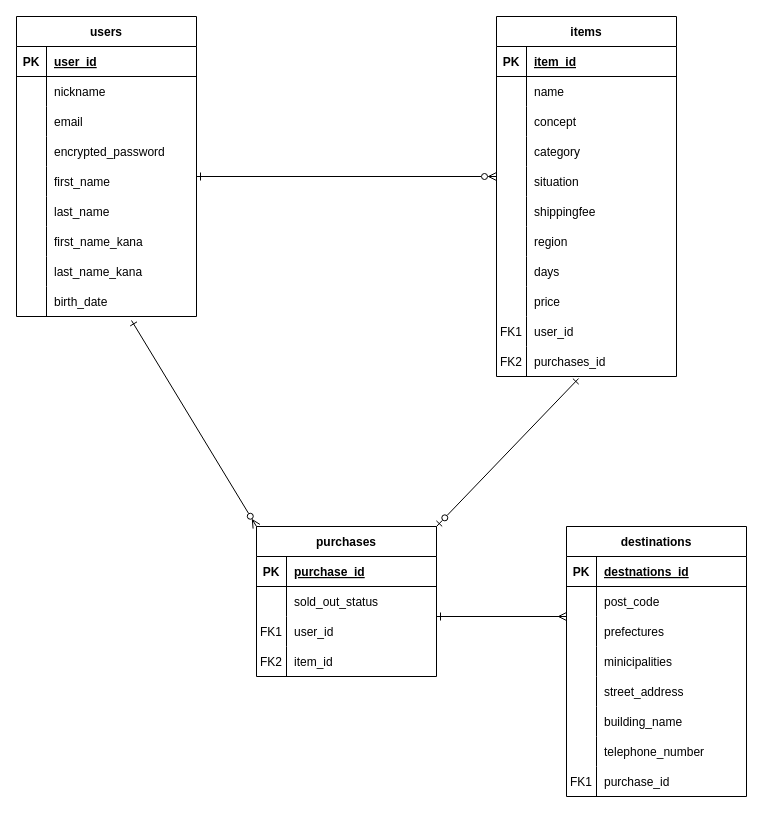
The draw.io diagram db-blueprint.dio in n-ira-if/furima-41759, before the edit. Source tidied: cells renumbered, new cells numbered last; positions are measured from the earlier drawing's top-left corner, leaving out a move shared by most shapes. Both pictures are drawn from the tidied source at 100%, with x=0, y=0 at pixel (16, 16).
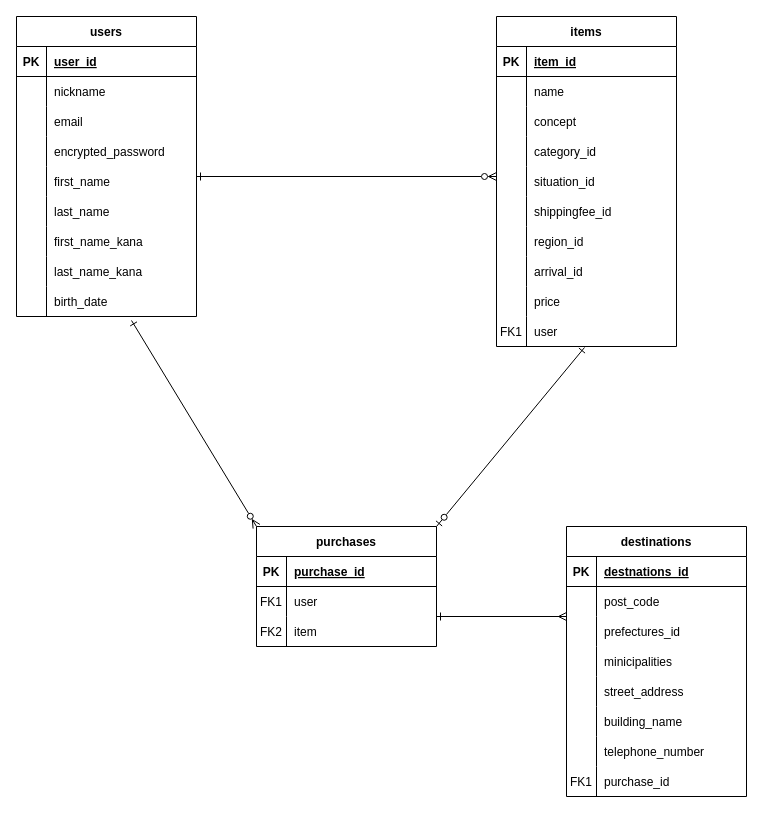
After the change.

Unchanged cells that the change refers to:
```xml
<mxCell id="41" style="shape=tableRow;horizontal=0;startSize=0;swimlaneHead=0;swimlaneBody=0;fillColor=none;top=0;left=0;right=0;bottom=0;" parent="31" vertex="1">
  <mxGeometry y="120" width="180" height="30" as="geometry" />
</mxCell>
<mxCell id="44" style="shape=tableRow;horizontal=0;startSize=0;swimlaneHead=0;swimlaneBody=0;fillColor=none;top=0;left=0;right=0;bottom=0;" parent="31" vertex="1">
  <mxGeometry y="150" width="180" height="30" as="geometry" />
</mxCell>
<mxCell id="47" style="shape=tableRow;horizontal=0;startSize=0;swimlaneHead=0;swimlaneBody=0;fillColor=none;top=0;left=0;right=0;bottom=0;" parent="31" vertex="1">
  <mxGeometry y="180" width="180" height="30" as="geometry" />
</mxCell>
<mxCell id="50" style="shape=tableRow;horizontal=0;startSize=0;swimlaneHead=0;swimlaneBody=0;fillColor=none;top=0;left=0;right=0;bottom=0;" parent="31" vertex="1">
  <mxGeometry y="210" width="180" height="30" as="geometry" />
</mxCell>
<mxCell id="53" style="shape=tableRow;horizontal=0;startSize=0;swimlaneHead=0;swimlaneBody=0;fillColor=none;top=0;left=0;right=0;bottom=0;" parent="31" vertex="1">
  <mxGeometry y="240" width="180" height="30" as="geometry" />
</mxCell>
<mxCell id="59" style="shape=tableRow;horizontal=0;startSize=0;swimlaneHead=0;swimlaneBody=0;fillColor=none;points=[[0,0.5],[1,0.5]];portConstraint=eastwest;top=0;left=0;right=0;bottom=0;" parent="31" vertex="1">
  <mxGeometry y="300" width="180" height="30" as="geometry" />
</mxCell>
<mxCell id="87" style="shape=tableRow;horizontal=0;startSize=0;swimlaneHead=0;swimlaneBody=0;fillColor=none;top=0;left=0;right=0;bottom=0;" parent="80" vertex="1">
  <mxGeometry y="90" width="180" height="30" as="geometry" />
</mxCell>
```

Change to the diagram source:
```diff
@@
     <mxCell id="31" value="items" style="shape=table;startSize=30;childLayout=tableLayout;rowLines=0;fontStyle=1;align=center;" parent="1" vertex="1">
-      <mxGeometry x="480" width="180" height="360" as="geometry" />
+      <mxGeometry x="480" width="180" height="330" as="geometry" />
     </mxCell>
@@
-    <mxCell id="43" value="category" style="shape=partialRectangle;fillColor=none;top=0;left=0;bottom=0;right=0;align=left;spacingLeft=6;overflow=hidden;" parent="41" vertex="1">
+    <mxCell id="43" value="category_id" style="shape=partialRectangle;fillColor=none;top=0;left=0;bottom=0;right=0;align=left;spacingLeft=6;overflow=hidden;" parent="41" vertex="1">
       <mxGeometry x="30" width="150" height="30" as="geometry" />
     </mxCell>
@@
-    <mxCell id="46" value="situation" style="shape=partialRectangle;fillColor=none;top=0;left=0;bottom=0;right=0;align=left;spacingLeft=6;overflow=hidden;" parent="44" vertex="1">
+    <mxCell id="46" value="situation_id" style="shape=partialRectangle;fillColor=none;top=0;left=0;bottom=0;right=0;align=left;spacingLeft=6;overflow=hidden;" parent="44" vertex="1">
       <mxGeometry x="30" width="150" height="30" as="geometry" />
     </mxCell>
@@
-    <mxCell id="49" value="shippingfee" style="shape=partialRectangle;fillColor=none;top=0;left=0;bottom=0;right=0;align=left;spacingLeft=6;overflow=hidden;" parent="47" vertex="1">
+    <mxCell id="49" value="shippingfee_id" style="shape=partialRectangle;fillColor=none;top=0;left=0;bottom=0;right=0;align=left;spacingLeft=6;overflow=hidden;" parent="47" vertex="1">
       <mxGeometry x="30" width="150" height="30" as="geometry" />
     </mxCell>
@@
-    <mxCell id="52" value="region" style="shape=partialRectangle;fillColor=none;top=0;left=0;bottom=0;right=0;align=left;spacingLeft=6;overflow=hidden;" parent="50" vertex="1">
+    <mxCell id="52" value="region_id" style="shape=partialRectangle;fillColor=none;top=0;left=0;bottom=0;right=0;align=left;spacingLeft=6;overflow=hidden;" parent="50" vertex="1">
       <mxGeometry x="30" width="150" height="30" as="geometry" />
     </mxCell>
@@
-    <mxCell id="55" value="days" style="shape=partialRectangle;fillColor=none;top=0;left=0;bottom=0;right=0;align=left;spacingLeft=6;overflow=hidden;" parent="53" vertex="1">
+    <mxCell id="55" value="arrival_id" style="shape=partialRectangle;fillColor=none;top=0;left=0;bottom=0;right=0;align=left;spacingLeft=6;overflow=hidden;" parent="53" vertex="1">
       <mxGeometry x="30" width="150" height="30" as="geometry" />
     </mxCell>
@@
-    <mxCell id="61" value="user_id" style="shape=partialRectangle;fillColor=none;top=0;left=0;bottom=0;right=0;align=left;spacingLeft=6;overflow=hidden;" parent="59" vertex="1">
+    <mxCell id="61" value="user" style="shape=partialRectangle;fillColor=none;top=0;left=0;bottom=0;right=0;align=left;spacingLeft=6;overflow=hidden;" parent="59" vertex="1">
       <mxGeometry x="30" width="150" height="30" as="geometry" />
     </mxCell>
-    <mxCell id="62" style="shape=tableRow;horizontal=0;startSize=0;swimlaneHead=0;swimlaneBody=0;fillColor=none;points=[[0,0.5],[1,0.5]];portConstraint=eastwest;top=0;left=0;right=0;bottom=0;" parent="31" vertex="1">
-      <mxGeometry y="330" width="180" height="30" as="geometry" />
-    </mxCell>
-    <mxCell id="63" value="FK2" style="shape=partialRectangle;fillColor=none;top=0;left=0;bottom=0;right=0;overflow=hidden;" parent="62" vertex="1">
-      <mxGeometry width="30" height="30" as="geometry" />
-    </mxCell>
-    <mxCell id="64" value="purchases_id" style="shape=partialRectangle;fillColor=none;top=0;left=0;bottom=0;right=0;align=left;spacingLeft=6;overflow=hidden;" parent="62" vertex="1">
-      <mxGeometry x="30" width="150" height="30" as="geometry" />
-    </mxCell>
     <mxCell id="65" value="purchases" style="shape=table;startSize=30;childLayout=tableLayout;rowLines=0;fontStyle=1;align=center;" parent="1" vertex="1">
-      <mxGeometry x="240" y="510" width="180" height="150" as="geometry" />
+      <mxGeometry x="240" y="510" width="180" height="120" as="geometry" />
     </mxCell>
@@
-    <mxCell id="69" style="shape=tableRow;horizontal=0;startSize=0;swimlaneHead=0;swimlaneBody=0;fillColor=none;top=0;left=0;right=0;bottom=0;" parent="65" vertex="1">
-      <mxGeometry y="60" width="180" height="30" as="geometry" />
-    </mxCell>
-    <mxCell id="70" style="shape=partialRectangle;fillColor=none;top=0;left=0;bottom=0;right=0;overflow=hidden;" parent="69" vertex="1">
-      <mxGeometry width="30" height="30" as="geometry" />
-    </mxCell>
-    <mxCell id="71" value="sold_out_status" style="shape=partialRectangle;fillColor=none;top=0;left=0;bottom=0;right=0;align=left;spacingLeft=6;overflow=hidden;" parent="69" vertex="1">
-      <mxGeometry x="30" width="150" height="30" as="geometry" />
-    </mxCell>
     <mxCell id="72" style="shape=tableRow;horizontal=0;startSize=0;swimlaneHead=0;swimlaneBody=0;fillColor=none;top=0;left=0;right=0;bottom=0;" parent="65" vertex="1">
-      <mxGeometry y="90" width="180" height="30" as="geometry" />
+      <mxGeometry y="60" width="180" height="30" as="geometry" />
     </mxCell>
@@
-    <mxCell id="74" value="user_id" style="shape=partialRectangle;fillColor=none;top=0;left=0;bottom=0;right=0;align=left;spacingLeft=6;overflow=hidden;" parent="72" vertex="1">
+    <mxCell id="74" value="user" style="shape=partialRectangle;fillColor=none;top=0;left=0;bottom=0;right=0;align=left;spacingLeft=6;overflow=hidden;" parent="72" vertex="1">
       <mxGeometry x="30" width="150" height="30" as="geometry" />
     </mxCell>
     <mxCell id="75" style="shape=tableRow;horizontal=0;startSize=0;swimlaneHead=0;swimlaneBody=0;fillColor=none;top=0;left=0;right=0;bottom=0;" parent="65" vertex="1">
-      <mxGeometry y="120" width="180" height="30" as="geometry" />
+      <mxGeometry y="90" width="180" height="30" as="geometry" />
     </mxCell>
@@
-    <mxCell id="77" value="item_id" style="shape=partialRectangle;fillColor=none;top=0;left=0;bottom=0;right=0;align=left;spacingLeft=6;overflow=hidden;" parent="75" vertex="1">
+    <mxCell id="77" value="item" style="shape=partialRectangle;fillColor=none;top=0;left=0;bottom=0;right=0;align=left;spacingLeft=6;overflow=hidden;" parent="75" vertex="1">
       <mxGeometry x="30" width="150" height="30" as="geometry" />
     </mxCell>
@@
-    <mxCell id="79" style="endArrow=ERone;html=1;rounded=0;entryX=0.456;entryY=1.067;entryDx=0;entryDy=0;entryPerimeter=0;exitX=1;exitY=0;exitDx=0;exitDy=0;startArrow=ERzeroToOne;startFill=0;endFill=0;" parent="1" edge="1" source="65" target="62">
+    <mxCell id="79" style="endArrow=ERone;html=1;rounded=0;entryX=0.489;entryY=1.033;entryDx=0;entryDy=0;entryPerimeter=0;exitX=1;exitY=0;exitDx=0;exitDy=0;startArrow=ERzeroToOne;startFill=0;endFill=0;" parent="1" edge="1" source="65" target="59">
       <mxGeometry relative="1" as="geometry" />
     </mxCell>
@@
-    <mxCell id="89" value="prefectures" style="shape=partialRectangle;fillColor=none;top=0;left=0;bottom=0;right=0;align=left;spacingLeft=6;overflow=hidden;" parent="87" vertex="1">
+    <mxCell id="89" value="prefectures_id" style="shape=partialRectangle;fillColor=none;top=0;left=0;bottom=0;right=0;align=left;spacingLeft=6;overflow=hidden;" parent="87" vertex="1">
       <mxGeometry x="30" width="150" height="30" as="geometry" />
     </mxCell>
```
